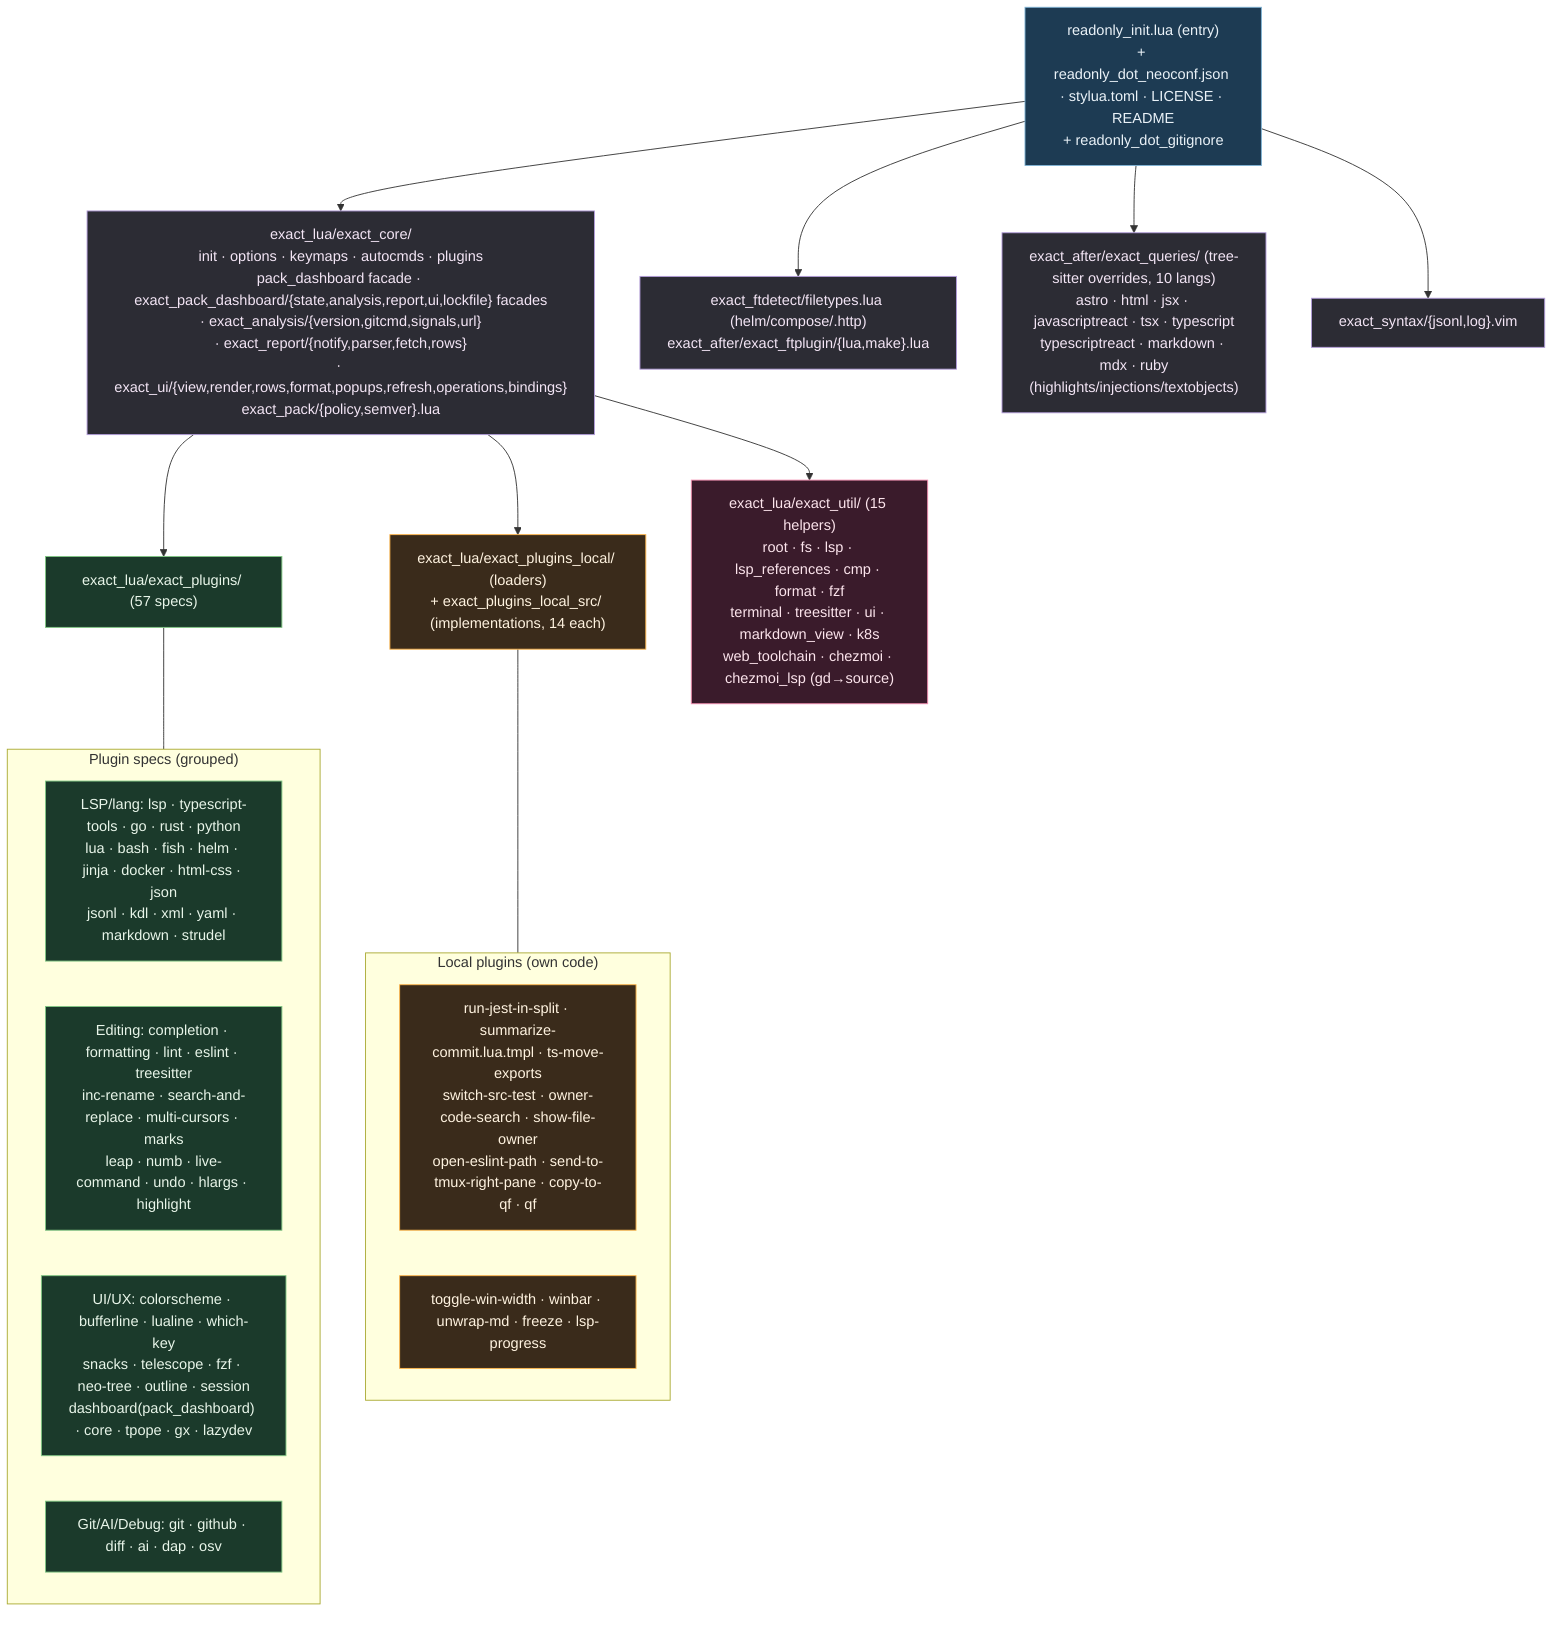
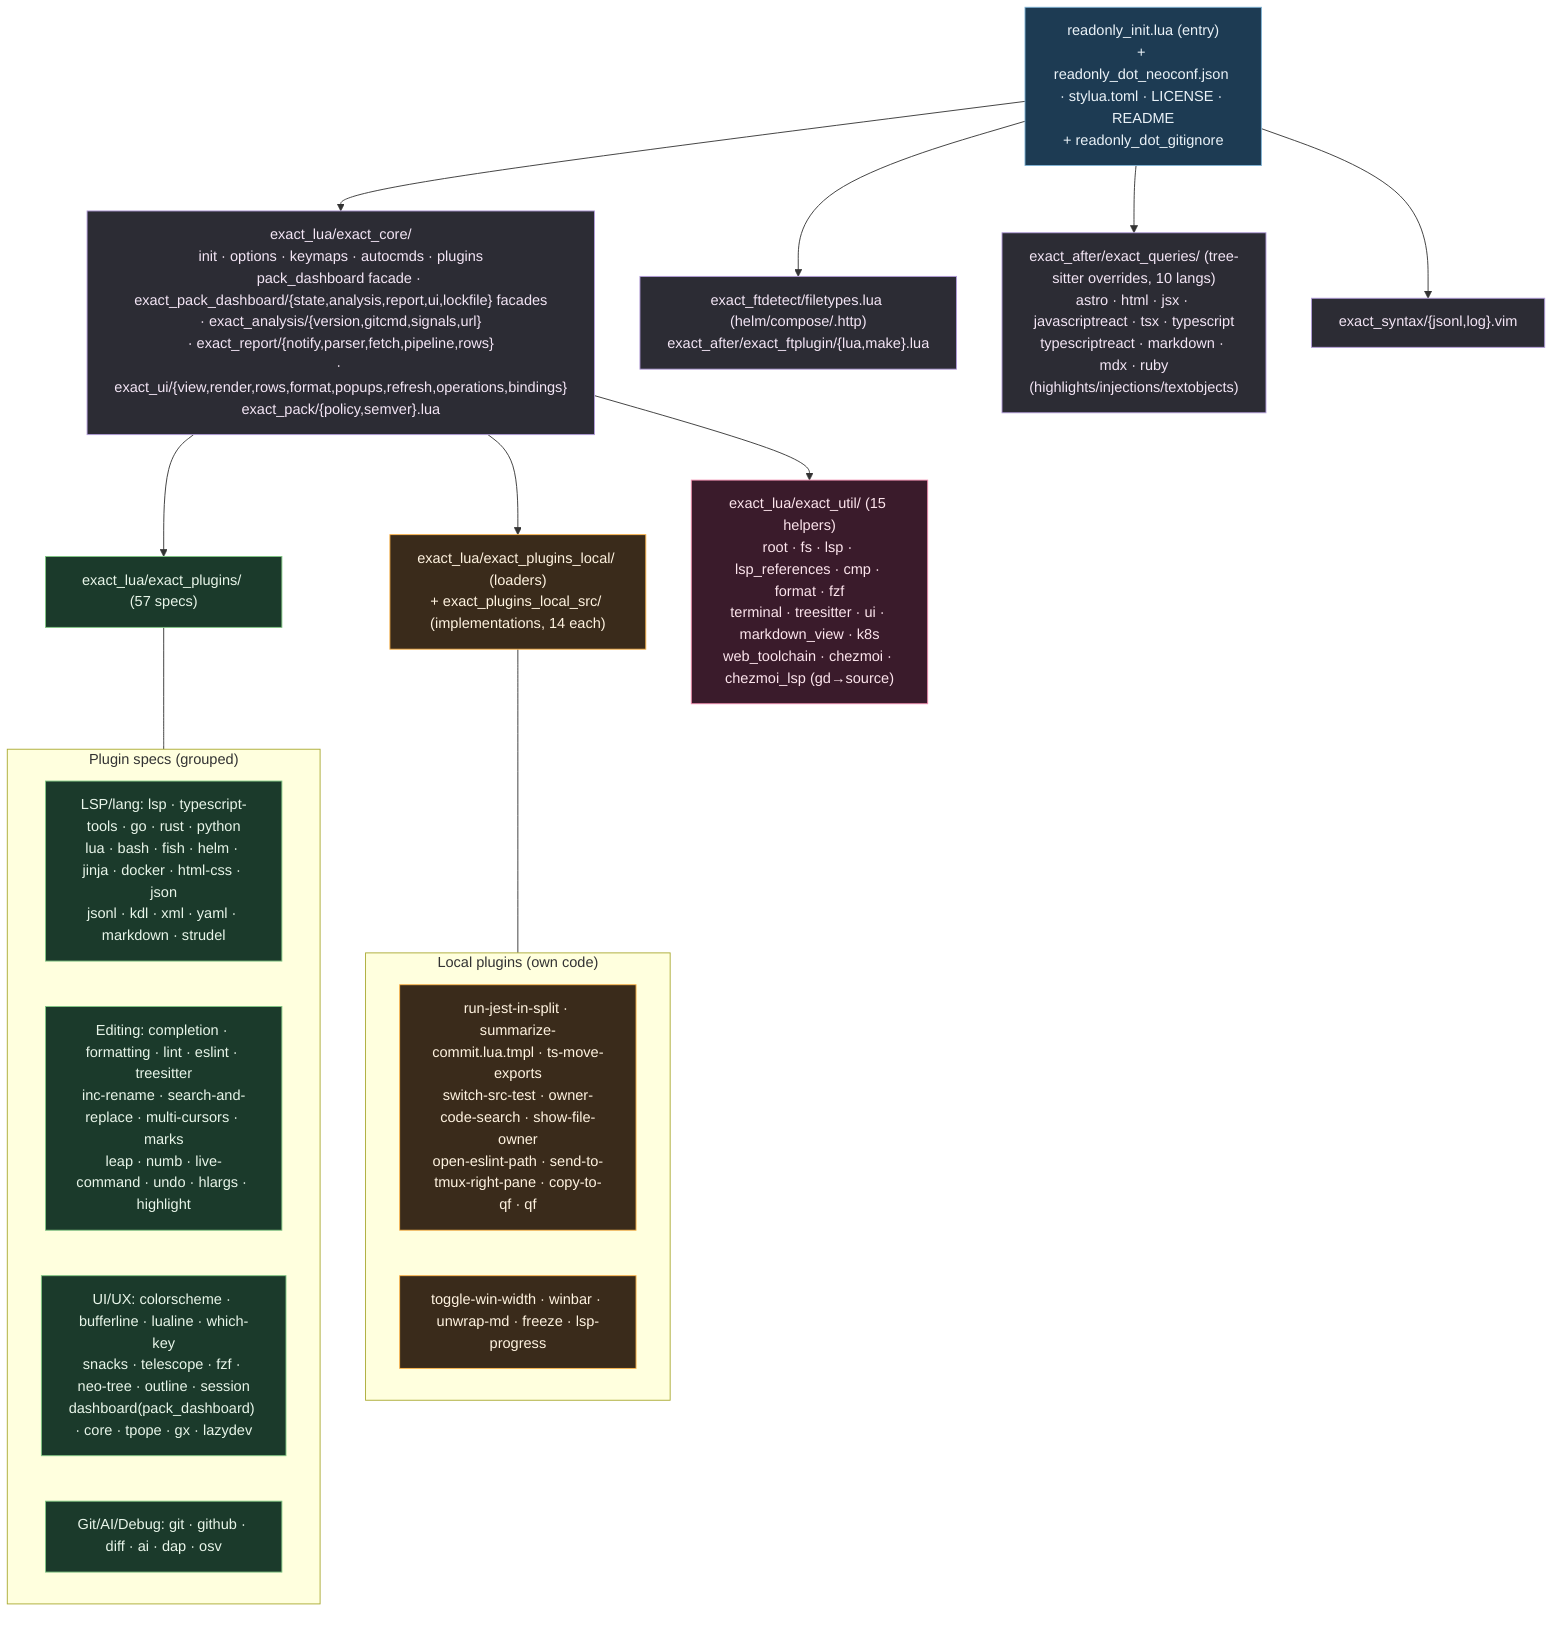
%% ============================================================================
- %% 07b-neovim.mmd — Every file under home/dot_config/exact_nvim/ (156).
+ %% 07b-neovim.mmd — Every file under home/dot_config/exact_nvim/ (157).
%% Deployed to ~/.config/nvim/. Loader init.lua → core → plugins → util.
%% Plugin manager: native vim.pack (exact_core/exact_pack policy+semver).
%% ============================================================================
flowchart TB
    classDef boot fill:#1d3b53,stroke:#7fb3d5,color:#eaf2f8;
    classDef core fill:#2c2c34,stroke:#b39ddb,color:#f3e5f5;
    classDef plug fill:#1b3a2b,stroke:#81c784,color:#e8f5e9;
    classDef local fill:#3a2b1b,stroke:#ffb74d,color:#fff3e0;
    classDef util fill:#3a1b2b,stroke:#f48fb1,color:#fce4ec;

    BOOT["readonly_init.lua (entry)<br/>+ readonly_dot_neoconf.json · stylua.toml · LICENSE · README<br/>+ readonly_dot_gitignore"]:::boot

-     BOOT --> CORE["exact_lua/exact_core/<br/>init · options · keymaps · autocmds · plugins<br/>pack_dashboard facade · exact_pack_dashboard/{state,analysis,report,ui,lockfile} facades<br/>· exact_analysis/{version,gitcmd,signals,url}<br/>· exact_report/{notify,parser,fetch,rows}<br/>· exact_ui/{view,render,rows,format,popups,refresh,operations,bindings}<br/>exact_pack/{policy,semver}.lua"]:::core
+     BOOT --> CORE["exact_lua/exact_core/<br/>init · options · keymaps · autocmds · plugins<br/>pack_dashboard facade · exact_pack_dashboard/{state,analysis,report,ui,lockfile} facades<br/>· exact_analysis/{version,gitcmd,signals,url}<br/>· exact_report/{notify,parser,fetch,pipeline,rows}<br/>· exact_ui/{view,render,rows,format,popups,refresh,operations,bindings}<br/>exact_pack/{policy,semver}.lua"]:::core

    CORE --> PLUGINS["exact_lua/exact_plugins/ (57 specs)"]:::plug
    subgraph PG["Plugin specs (grouped)"]
        PG1["LSP/lang: lsp · typescript-tools · go · rust · python<br/>lua · bash · fish · helm · jinja · docker · html-css · json<br/>jsonl · kdl · xml · yaml · markdown · strudel"]:::plug
        PG2["Editing: completion · formatting · lint · eslint · treesitter<br/>inc-rename · search-and-replace · multi-cursors · marks<br/>leap · numb · live-command · undo · hlargs · highlight"]:::plug
        PG3["UI/UX: colorscheme · bufferline · lualine · which-key<br/>snacks · telescope · fzf · neo-tree · outline · session<br/>dashboard(pack_dashboard) · core · tpope · gx · lazydev"]:::plug
        PG4["Git/AI/Debug: git · github · diff · ai · dap · osv"]:::plug
    end
    PLUGINS --- PG

    CORE --> LOCAL["exact_lua/exact_plugins_local/ (loaders)<br/>+ exact_plugins_local_src/ (implementations, 14 each)"]:::local
    subgraph LP["Local plugins (own code)"]
        LP1["run-jest-in-split · summarize-commit.lua.tmpl · ts-move-exports<br/>switch-src-test · owner-code-search · show-file-owner<br/>open-eslint-path · send-to-tmux-right-pane · copy-to-qf · qf"]:::local
        LP2["toggle-win-width · winbar · unwrap-md · freeze · lsp-progress"]:::local
    end
    LOCAL --- LP

    CORE --> UTIL["exact_lua/exact_util/ (15 helpers)<br/>root · fs · lsp · lsp_references · cmp · format · fzf<br/>terminal · treesitter · ui · markdown_view · k8s<br/>web_toolchain · chezmoi · chezmoi_lsp (gd→source)"]:::util

    BOOT --> FT["exact_ftdetect/filetypes.lua (helm/compose/.http)<br/>exact_after/exact_ftplugin/{lua,make}.lua"]:::core
    BOOT --> TS["exact_after/exact_queries/ (tree-sitter overrides, 10 langs)<br/>astro · html · jsx · javascriptreact · tsx · typescript<br/>typescriptreact · markdown · mdx · ruby<br/>(highlights/injections/textobjects)"]:::core
    BOOT --> SYN["exact_syntax/{jsonl,log}.vim"]:::core
